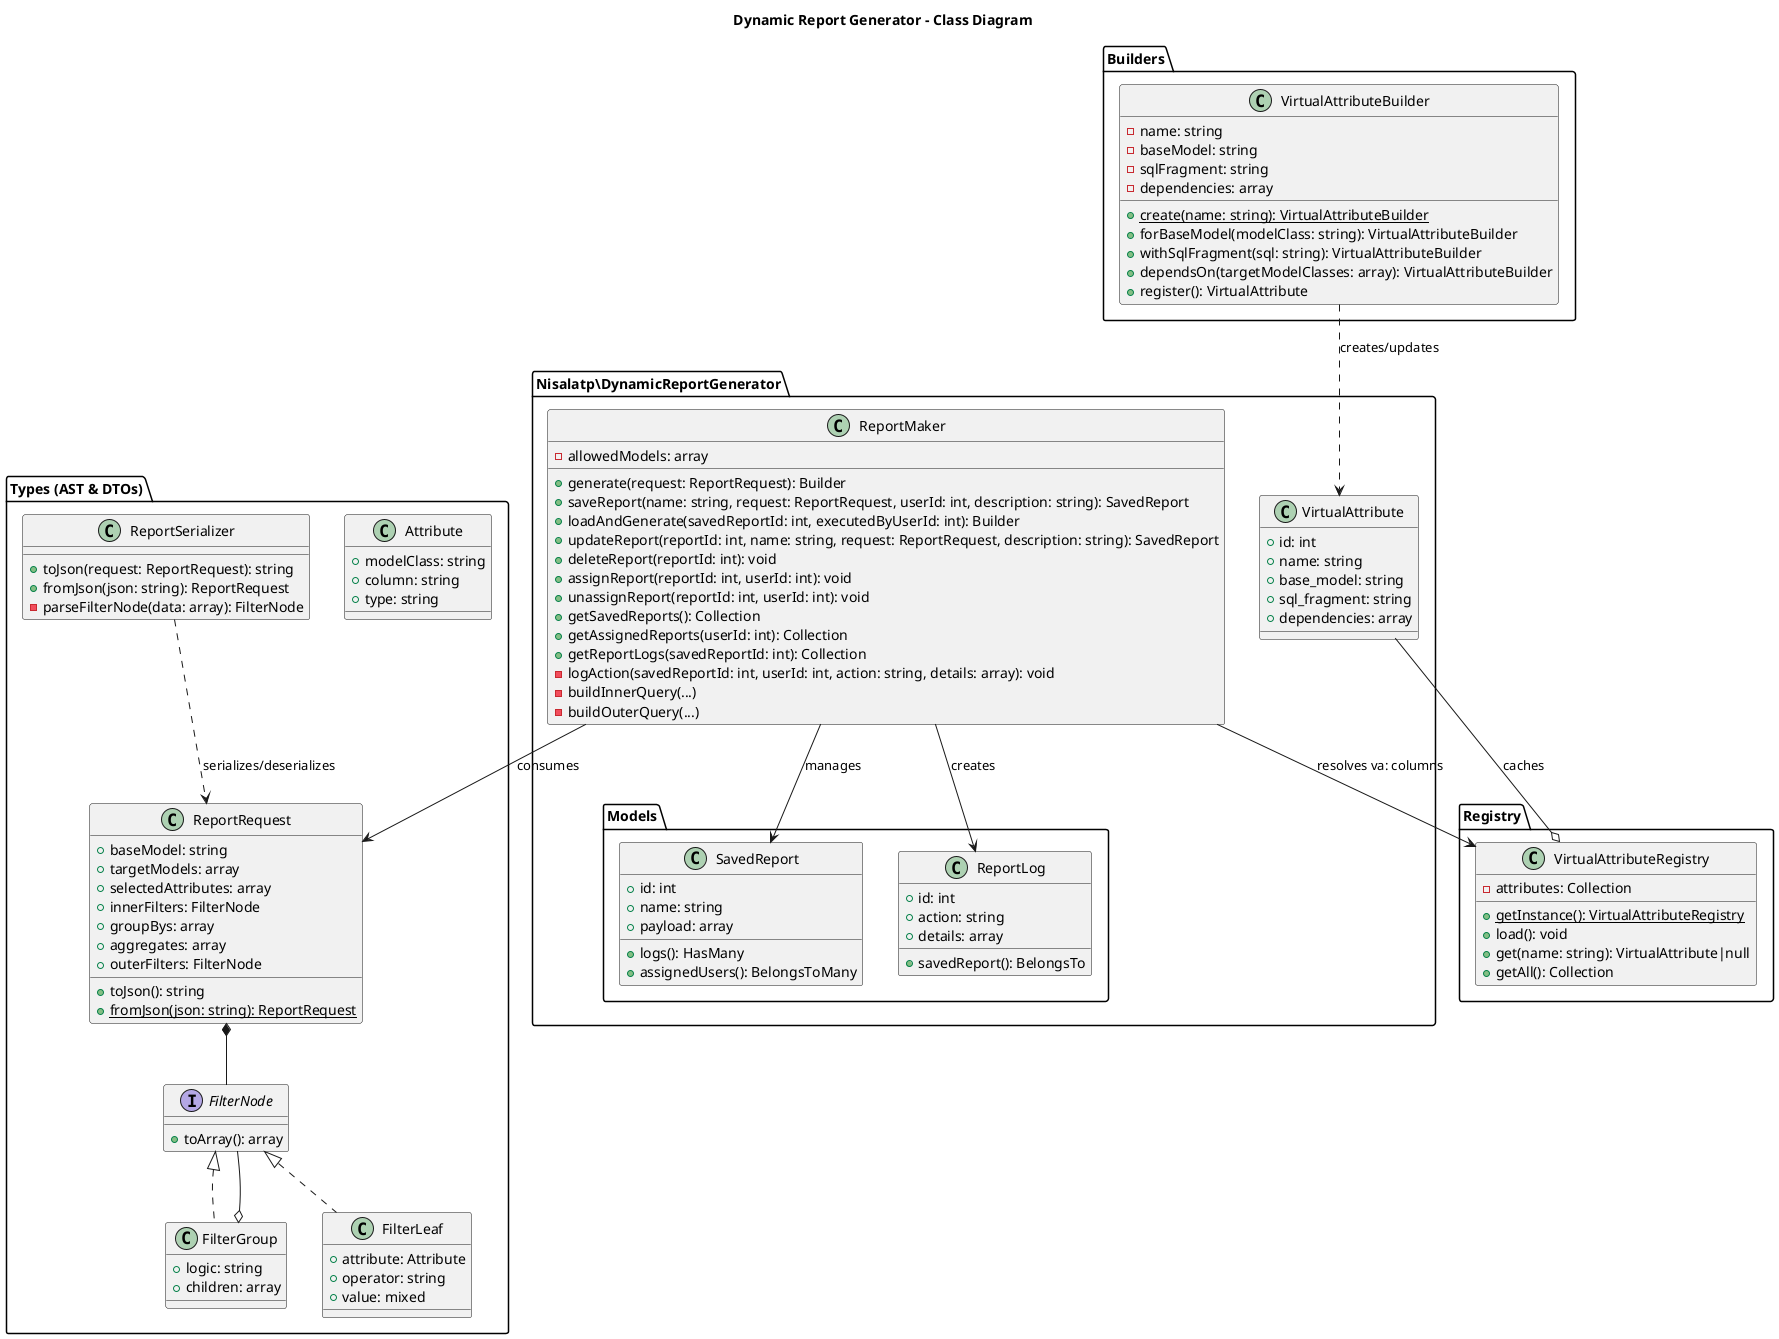
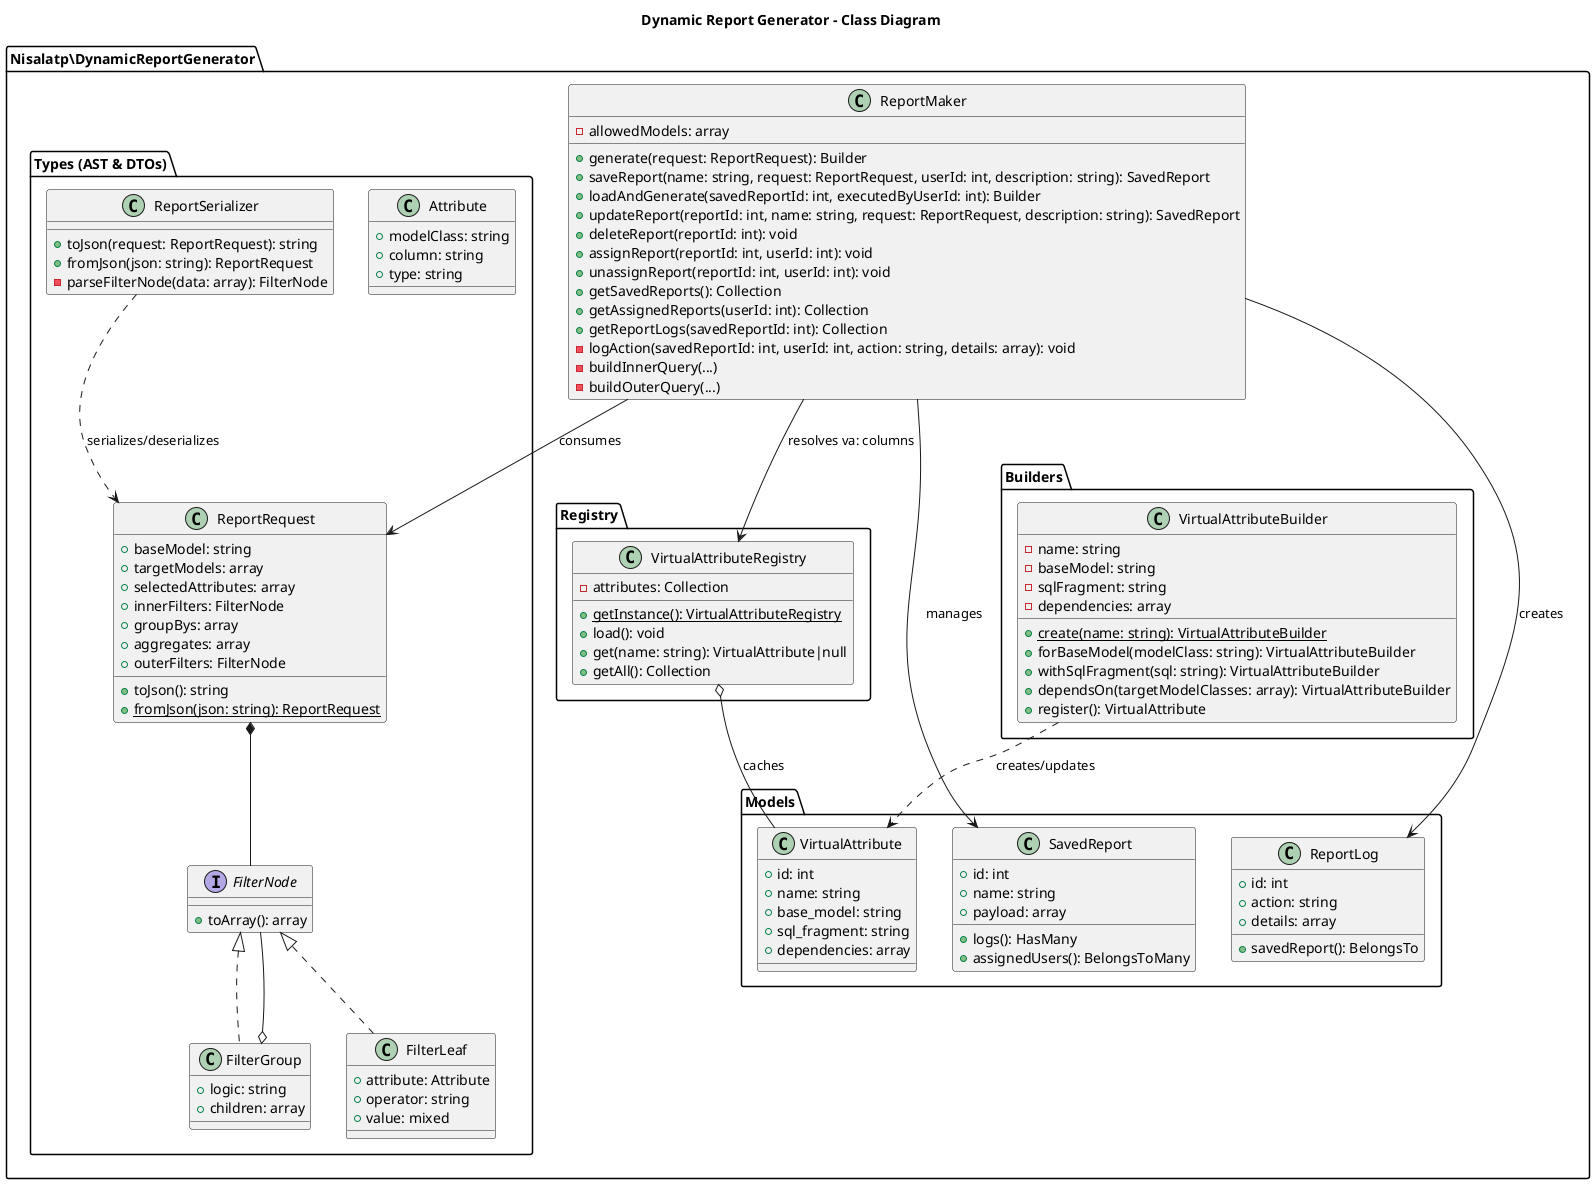
@startuml Class Diagram
title Dynamic Report Generator - Class Diagram

package "Nisalatp\\DynamicReportGenerator" {

    class ReportMaker {
        - allowedModels: array
        + generate(request: ReportRequest): Builder
        + saveReport(name: string, request: ReportRequest, userId: int, description: string): SavedReport
        + loadAndGenerate(savedReportId: int, executedByUserId: int): Builder
        + updateReport(reportId: int, name: string, request: ReportRequest, description: string): SavedReport
        + deleteReport(reportId: int): void
        + assignReport(reportId: int, userId: int): void
        + unassignReport(reportId: int, userId: int): void
        + getSavedReports(): Collection
        + getAssignedReports(userId: int): Collection
        + getReportLogs(savedReportId: int): Collection
        - logAction(savedReportId: int, userId: int, action: string, details: array): void
        - buildInnerQuery(...)
        - buildOuterQuery(...)
    }

    package "Models" {
        class SavedReport {
            + id: int
            + name: string
            + payload: array
            + logs(): HasMany
            + assignedUsers(): BelongsToMany
        }

        class ReportLog {
            + id: int
            + action: string
            + details: array
            + savedReport(): BelongsTo
        }
-     }

        class VirtualAttribute {
            + id: int
            + name: string
            + base_model: string
            + sql_fragment: string
            + dependencies: array
        }
    }

    package "Registry" {
        class VirtualAttributeRegistry {
            - attributes: Collection
            + {static} getInstance(): VirtualAttributeRegistry
            + load(): void
            + get(name: string): VirtualAttribute|null
            + getAll(): Collection
        }
    }

    package "Builders" {
        class VirtualAttributeBuilder {
            - name: string
            - baseModel: string
            - sqlFragment: string
            - dependencies: array
            + {static} create(name: string): VirtualAttributeBuilder
            + forBaseModel(modelClass: string): VirtualAttributeBuilder
            + withSqlFragment(sql: string): VirtualAttributeBuilder
            + dependsOn(targetModelClasses: array): VirtualAttributeBuilder
            + register(): VirtualAttribute
        }
    }

    package "Types (AST & DTOs)" {
        class ReportRequest {
            + baseModel: string
            + targetModels: array
            + selectedAttributes: array
            + innerFilters: FilterNode
            + groupBys: array
            + aggregates: array
            + outerFilters: FilterNode
            + toJson(): string
            + {static} fromJson(json: string): ReportRequest
        }

        interface FilterNode {
            + toArray(): array
        }

        class FilterGroup implements FilterNode {
            + logic: string
            + children: array
        }

        class FilterLeaf implements FilterNode {
            + attribute: Attribute
            + operator: string
            + value: mixed
        }

        class Attribute {
            + modelClass: string
            + column: string
            + type: string
        }

        class ReportSerializer {
            + toJson(request: ReportRequest): string
            + fromJson(json: string): ReportRequest
            - parseFilterNode(data: array): FilterNode
        }
    }

    ReportMaker --> ReportRequest : "consumes"
    ReportMaker --> SavedReport : "manages"
    ReportMaker --> ReportLog : "creates"
    ReportMaker --> VirtualAttributeRegistry : "resolves va: columns"
    VirtualAttributeBuilder ..> VirtualAttribute : "creates/updates"
    VirtualAttributeRegistry o-- VirtualAttribute : "caches"
    ReportRequest *-- FilterNode
    FilterGroup o-- FilterNode
    ReportSerializer ..> ReportRequest : "serializes/deserializes"
}

@enduml
